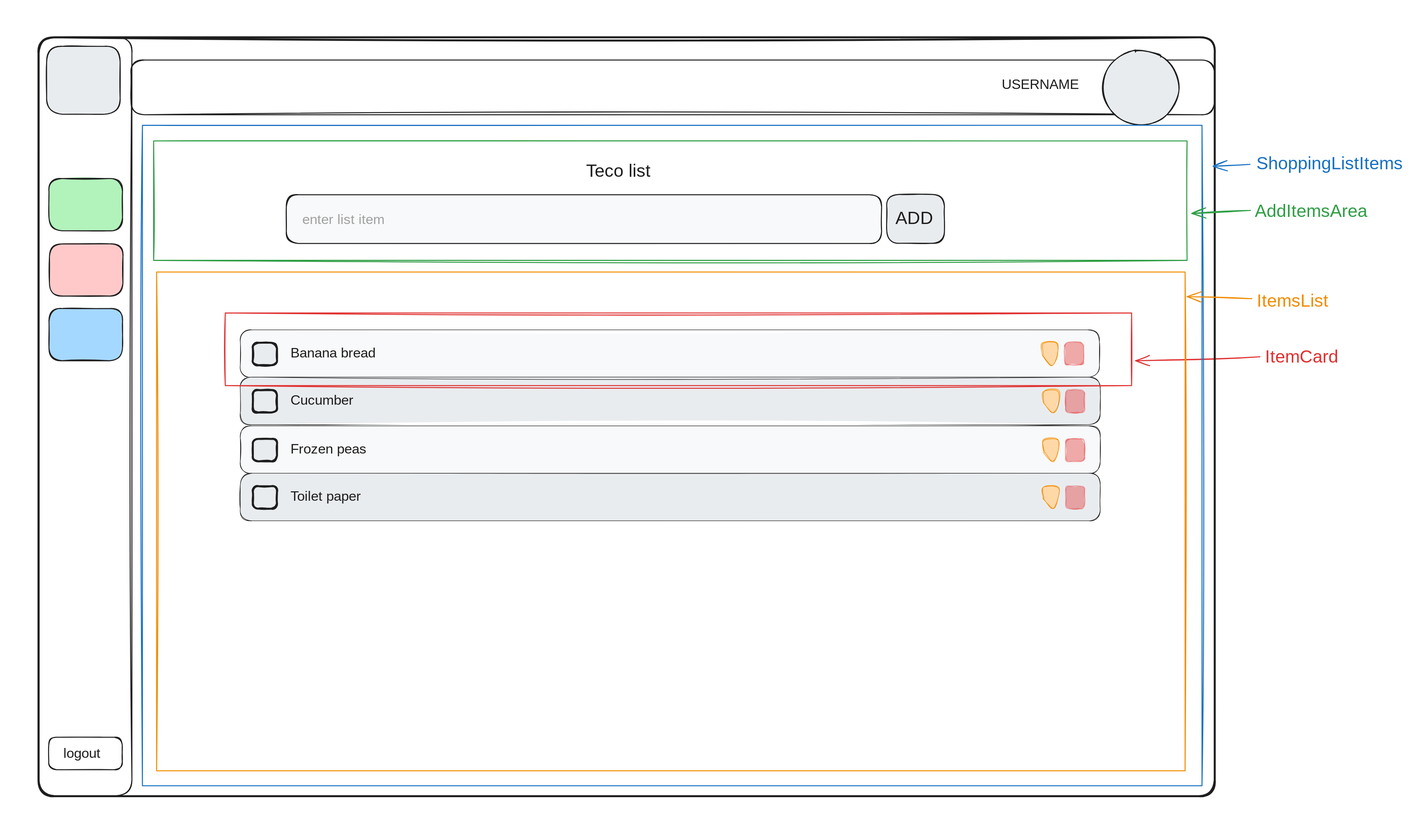
Before: docs/wireframes/shopping_list/shopping_list_items-components.excalidraw.svg, a diagram exported from Excalidraw (AliMcG/our-house-app). Source tidied: one line per element, renumbered; positions are measured from the earlier drawing's top-left corner, leaving out a move shared by most shapes.
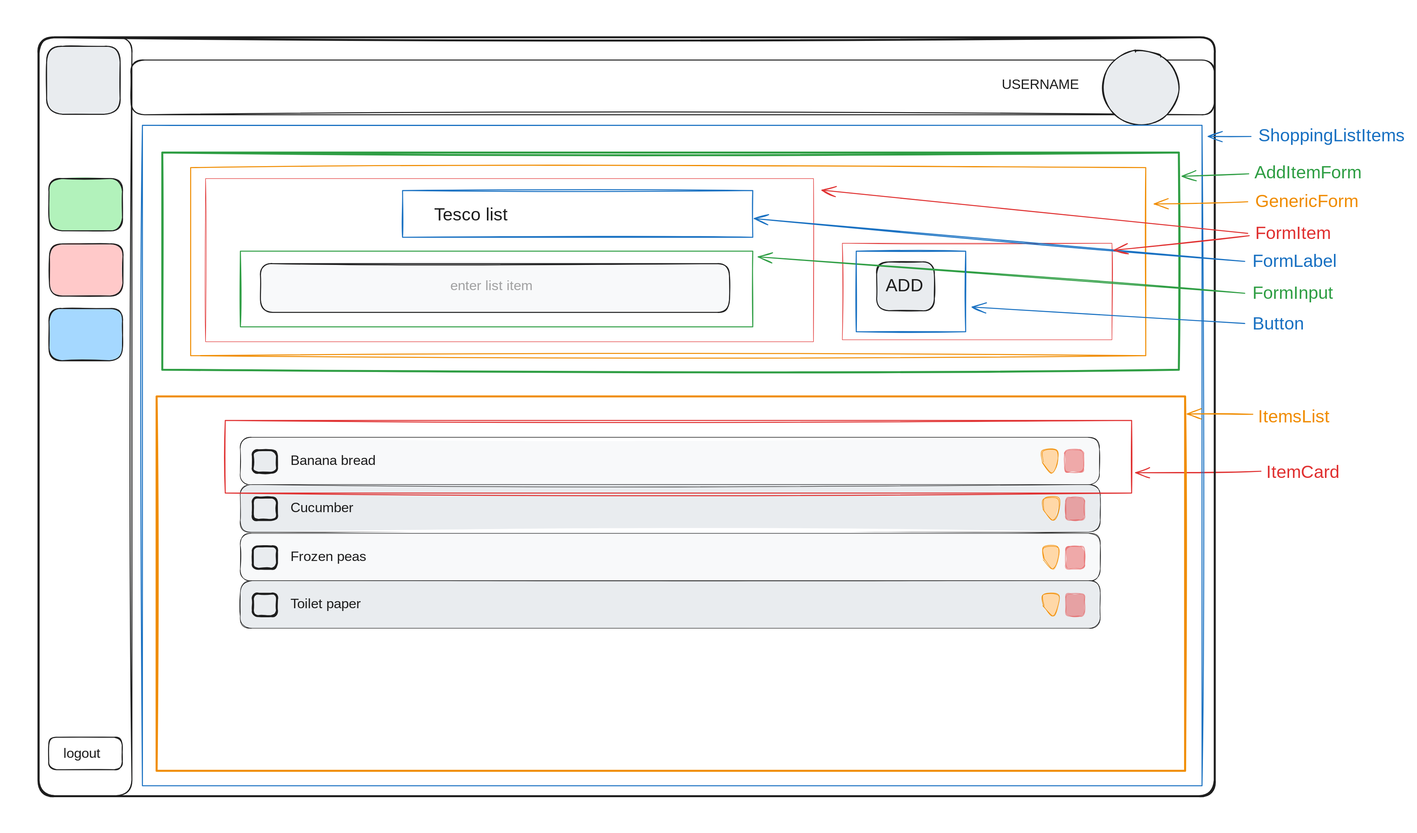
Above is the later version.

Commit message:
docs: update shopping list items components design to with new modular AddItemsForm component

The edit, as a diff of the source:
```diff
@@ -1,9 +1,8 @@
 {"id": 0, "type": "ellipse", "strokeColor": "#1e1e1e", "backgroundColor": "#e9ecef", "fillStyle": "solid", "strokeWidth": 2, "roughness": 1, "opacity": 0, "round": true, "x": 0, "y": 0, "width": 133, "height": 134}
-{"id": 1, "type": "text", "text": "ShoppingListItems", "strokeColor": "#1971c2", "strokeWidth": 2, "roughness": 1, "fontSize": 36, "fontFamily": 1, "x": 2515, "y": 298, "width": 309, "height": 45}
+{"id": 1, "type": "text", "text": "ShoppingListItems", "strokeColor": "#1971c2", "strokeWidth": 2, "roughness": 1, "fontSize": 36, "fontFamily": 1, "x": 2519, "y": 242, "width": 309, "height": 45}
-{"id": 2, "type": "text", "text": "AddItemsArea", "strokeColor": "#2f9e44", "strokeWidth": 2, "roughness": 1, "fontSize": 36, "fontFamily": 1, "x": 2512, "y": 394, "width": 249, "height": 45}
-{"id": 3, "type": "text", "text": "ItemsList", "strokeColor": "#f08c00", "strokeWidth": 2, "roughness": 1, "fontSize": 36, "fontFamily": 1, "x": 2517, "y": 574, "width": 171, "height": 45}
+{"id": 3, "type": "text", "text": "ItemsList", "strokeColor": "#f08c00", "strokeWidth": 2, "roughness": 1, "fontSize": 36, "fontFamily": 1, "x": 2519, "y": 806, "width": 171, "height": 45}
-{"id": 4, "type": "text", "text": "ItemCard", "strokeColor": "#e03131", "strokeWidth": 2, "roughness": 1, "fontSize": 36, "fontFamily": 1, "x": 2533, "y": 686, "width": 166, "height": 45}
+{"id": 4, "type": "text", "text": "ItemCard", "strokeColor": "#e03131", "strokeWidth": 2, "roughness": 1, "fontSize": 36, "fontFamily": 1, "x": 2535, "y": 918, "width": 166, "height": 45}
-{"id": 5, "type": "arrow", "strokeColor": "#e03131", "strokeWidth": 2, "roughness": 1, "endArrowhead": "arrow", "from": 4, "to": 49, "x": 2523, "y": 707, "width": 250, "height": 8, "points": [[0, 0], [-250, 8]]}
+{"id": 5, "type": "arrow", "strokeColor": "#e03131", "strokeWidth": 2, "roughness": 1, "endArrowhead": "arrow", "from": 4, "to": 49, "x": 2525, "y": 937, "width": 252, "height": 3, "points": [[0, 0], [-252, 3]]}
 {"id": 6, "type": "ellipse", "strokeColor": "#1e1e1e", "backgroundColor": "#e9ecef", "fillStyle": "solid", "strokeWidth": 2, "roughness": 1, "opacity": 0, "round": true, "x": 81, "y": 1521, "width": 133, "height": 134}
 {"id": 7, "type": "rectangle", "strokeColor": "#1e1e1e", "backgroundColor": "#ffffff", "fillStyle": "solid", "strokeWidth": 2, "roughness": 1, "round": true, "x": 68, "y": 65, "width": 187, "height": 1524}
 {"id": 8, "type": "rectangle", "strokeColor": "#1e1e1e", "backgroundColor": "#ffc9c9", "fillStyle": "solid", "strokeWidth": 2, "roughness": 1, "round": true, "x": 89, "y": 480, "width": 148, "height": 105}
@@ -16,35 +15,53 @@
 {"id": 15, "type": "text", "text": "USERNAME", "strokeColor": "#1e1e1e", "strokeWidth": 2, "roughness": 1, "fontSize": 28, "fontFamily": 1, "x": 2004, "y": 144, "width": 152, "height": 35}
 {"id": 16, "type": "ellipse", "strokeColor": "#1e1e1e", "backgroundColor": "#e9ecef", "fillStyle": "solid", "strokeWidth": 2, "roughness": 1, "round": true, "x": 2207, "y": 91, "width": 153, "height": 150}
 {"id": 17, "type": "text", "text": "logout", "strokeColor": "#1e1e1e", "strokeWidth": 2, "roughness": 1, "fontSize": 28, "fontFamily": 1, "x": 118, "y": 1488, "width": 84, "height": 35}
-{"id": 18, "type": "rectangle", "strokeColor": "#1e1e1e", "backgroundColor": "#e9ecef", "fillStyle": "solid", "strokeWidth": 2, "roughness": 1, "round": true, "x": 1773, "y": 381, "width": 116, "height": 98}
-{"id": 19, "type": "text", "text": "ADD", "strokeColor": "#1e1e1e", "strokeWidth": 2, "roughness": 1, "fontSize": 36, "fontFamily": 1, "x": 1790, "y": 408, "width": 80, "height": 45}
-{"id": 20, "type": "text", "text": "Teco list", "strokeColor": "#1e1e1e", "strokeWidth": 2, "roughness": 1, "fontSize": 36, "fontFamily": 1, "x": 1168, "y": 313, "width": 162, "height": 45}
-{"id": 21, "type": "rectangle", "strokeColor": "#1e1e1e", "backgroundColor": "#f8f9fa", "fillStyle": "solid", "strokeWidth": 1, "roughness": 1, "round": true, "x": 473, "y": 653, "width": 1727, "height": 96}
+{"id": 21, "type": "rectangle", "strokeColor": "#1e1e1e", "backgroundColor": "#f8f9fa", "fillStyle": "solid", "strokeWidth": 1, "roughness": 1, "round": true, "x": 473, "y": 869, "width": 1727, "height": 96}
-{"id": 22, "type": "text", "text": "Banana bread", "strokeColor": "#1e1e1e", "strokeWidth": 2, "roughness": 1, "fontSize": 28, "fontFamily": 1, "x": 574, "y": 683, "width": 193, "height": 35}
+{"id": 22, "type": "text", "text": "Banana bread", "strokeColor": "#1e1e1e", "strokeWidth": 2, "roughness": 1, "fontSize": 28, "fontFamily": 1, "x": 574, "y": 899, "width": 193, "height": 35}
-{"id": 23, "type": "rectangle", "strokeColor": "#1e1e1e", "backgroundColor": "#e9ecef", "fillStyle": "solid", "strokeWidth": 4, "roughness": 1, "round": true, "x": 498, "y": 679, "width": 49, "height": 45}
+{"id": 23, "type": "rectangle", "strokeColor": "#1e1e1e", "backgroundColor": "#e9ecef", "fillStyle": "solid", "strokeWidth": 4, "roughness": 1, "round": true, "x": 498, "y": 895, "width": 49, "height": 45}
-{"id": 24, "type": "rectangle", "strokeColor": "#e03131", "backgroundColor": "#e03131", "fillStyle": "solid", "strokeWidth": 2, "roughness": 1, "opacity": 40, "round": true, "x": 2130, "y": 678, "width": 38, "height": 46}
+{"id": 24, "type": "rectangle", "strokeColor": "#e03131", "backgroundColor": "#e03131", "fillStyle": "solid", "strokeWidth": 2, "roughness": 1, "opacity": 40, "round": true, "x": 2130, "y": 894, "width": 38, "height": 46}
-{"id": 25, "type": "line", "strokeColor": "#f08c00", "backgroundColor": "#ffd8a8", "fillStyle": "solid", "strokeWidth": 1, "roughness": 1, "round": true, "x": 2086, "y": 703, "width": 29, "height": 44, "points": [[0, 0], [0, -23], [29, -24], [28, 4], [17, 20], [0, 0]]}
+{"id": 25, "type": "line", "strokeColor": "#f08c00", "backgroundColor": "#ffd8a8", "fillStyle": "solid", "strokeWidth": 1, "roughness": 1, "round": true, "x": 2086, "y": 919, "width": 29, "height": 44, "points": [[0, 0], [0, -23], [29, -24], [28, 4], [17, 20], [0, 0]]}
-{"id": 26, "type": "rectangle", "strokeColor": "#1e1e1e", "backgroundColor": "#e9ecef", "fillStyle": "solid", "strokeWidth": 1, "roughness": 1, "round": true, "x": 473, "y": 748, "width": 1729, "height": 96}
+{"id": 26, "type": "rectangle", "strokeColor": "#1e1e1e", "backgroundColor": "#e9ecef", "fillStyle": "solid", "strokeWidth": 1, "roughness": 1, "round": true, "x": 473, "y": 964, "width": 1729, "height": 96}
-{"id": 27, "type": "text", "text": "Cucumber", "strokeColor": "#1e1e1e", "strokeWidth": 2, "roughness": 1, "fontSize": 28, "fontFamily": 1, "x": 574, "y": 778, "width": 123, "height": 35}
+{"id": 27, "type": "text", "text": "Cucumber", "strokeColor": "#1e1e1e", "strokeWidth": 2, "roughness": 1, "fontSize": 28, "fontFamily": 1, "x": 574, "y": 994, "width": 123, "height": 35}
-{"id": 28, "type": "rectangle", "strokeColor": "#1e1e1e", "backgroundColor": "#e9ecef", "fillStyle": "solid", "strokeWidth": 4, "roughness": 1, "round": true, "x": 498, "y": 774, "width": 49, "height": 45}
+{"id": 28, "type": "rectangle", "strokeColor": "#1e1e1e", "backgroundColor": "#e9ecef", "fillStyle": "solid", "strokeWidth": 4, "roughness": 1, "round": true, "x": 498, "y": 990, "width": 49, "height": 45}
-{"id": 29, "type": "rectangle", "strokeColor": "#e03131", "backgroundColor": "#e03131", "fillStyle": "solid", "strokeWidth": 2, "roughness": 1, "opacity": 40, "round": true, "x": 2132, "y": 774, "width": 38, "height": 46}
+{"id": 29, "type": "rectangle", "strokeColor": "#e03131", "backgroundColor": "#e03131", "fillStyle": "solid", "strokeWidth": 2, "roughness": 1, "opacity": 40, "round": true, "x": 2132, "y": 990, "width": 38, "height": 46}
-{"id": 30, "type": "line", "strokeColor": "#f08c00", "backgroundColor": "#ffd8a8", "fillStyle": "solid", "strokeWidth": 1, "roughness": 1, "round": true, "x": 2088, "y": 800, "width": 29, "height": 44, "points": [[0, 0], [0, -23], [29, -24], [28, 4], [17, 20], [0, 0]]}
+{"id": 30, "type": "line", "strokeColor": "#f08c00", "backgroundColor": "#ffd8a8", "fillStyle": "solid", "strokeWidth": 1, "roughness": 1, "round": true, "x": 2088, "y": 1016, "width": 29, "height": 44, "points": [[0, 0], [0, -23], [29, -24], [28, 4], [17, 20], [0, 0]]}
-{"id": 31, "type": "rectangle", "strokeColor": "#1e1e1e", "backgroundColor": "#f8f9fa", "fillStyle": "solid", "strokeWidth": 1, "roughness": 1, "round": true, "x": 473, "y": 846, "width": 1729, "height": 96}
+{"id": 31, "type": "rectangle", "strokeColor": "#1e1e1e", "backgroundColor": "#f8f9fa", "fillStyle": "solid", "strokeWidth": 1, "roughness": 1, "round": true, "x": 473, "y": 1062, "width": 1729, "height": 96}
-{"id": 32, "type": "text", "text": "Frozen peas", "strokeColor": "#1e1e1e", "strokeWidth": 2, "roughness": 1, "fontSize": 28, "fontFamily": 1, "x": 574, "y": 877, "width": 165, "height": 35}
+{"id": 32, "type": "text", "text": "Frozen peas", "strokeColor": "#1e1e1e", "strokeWidth": 2, "roughness": 1, "fontSize": 28, "fontFamily": 1, "x": 574, "y": 1093, "width": 165, "height": 35}
-{"id": 33, "type": "rectangle", "strokeColor": "#1e1e1e", "backgroundColor": "#e9ecef", "fillStyle": "solid", "strokeWidth": 4, "roughness": 1, "round": true, "x": 498, "y": 872, "width": 49, "height": 45}
+{"id": 33, "type": "rectangle", "strokeColor": "#1e1e1e", "backgroundColor": "#e9ecef", "fillStyle": "solid", "strokeWidth": 4, "roughness": 1, "round": true, "x": 498, "y": 1088, "width": 49, "height": 45}
-{"id": 34, "type": "rectangle", "strokeColor": "#e03131", "backgroundColor": "#e03131", "fillStyle": "solid", "strokeWidth": 2, "roughness": 1, "opacity": 40, "round": true, "x": 2132, "y": 872, "width": 38, "height": 46}
+{"id": 34, "type": "rectangle", "strokeColor": "#e03131", "backgroundColor": "#e03131", "fillStyle": "solid", "strokeWidth": 2, "roughness": 1, "opacity": 40, "round": true, "x": 2132, "y": 1088, "width": 38, "height": 46}
-{"id": 35, "type": "line", "strokeColor": "#f08c00", "backgroundColor": "#ffd8a8", "fillStyle": "solid", "strokeWidth": 1, "roughness": 1, "round": true, "x": 2088, "y": 898, "width": 29, "height": 44, "points": [[0, 0], [0, -23], [29, -24], [28, 4], [17, 20], [0, 0]]}
+{"id": 35, "type": "line", "strokeColor": "#f08c00", "backgroundColor": "#ffd8a8", "fillStyle": "solid", "strokeWidth": 1, "roughness": 1, "round": true, "x": 2088, "y": 1114, "width": 29, "height": 44, "points": [[0, 0], [0, -23], [29, -24], [28, 4], [17, 20], [0, 0]]}
-{"id": 36, "type": "rectangle", "strokeColor": "#1e1e1e", "backgroundColor": "#e9ecef", "fillStyle": "solid", "strokeWidth": 1, "roughness": 1, "round": true, "x": 473, "y": 941, "width": 1729, "height": 96}
+{"id": 36, "type": "rectangle", "strokeColor": "#1e1e1e", "backgroundColor": "#e9ecef", "fillStyle": "solid", "strokeWidth": 1, "roughness": 1, "round": true, "x": 473, "y": 1157, "width": 1729, "height": 96}
-{"id": 37, "type": "text", "text": "Toilet paper", "strokeColor": "#1e1e1e", "strokeWidth": 2, "roughness": 1, "fontSize": 28, "fontFamily": 1, "x": 574, "y": 972, "width": 170, "height": 35}
+{"id": 37, "type": "text", "text": "Toilet paper", "strokeColor": "#1e1e1e", "strokeWidth": 2, "roughness": 1, "fontSize": 28, "fontFamily": 1, "x": 574, "y": 1188, "width": 170, "height": 35}
-{"id": 38, "type": "rectangle", "strokeColor": "#1e1e1e", "backgroundColor": "#e9ecef", "fillStyle": "solid", "strokeWidth": 4, "roughness": 1, "round": true, "x": 498, "y": 967, "width": 49, "height": 45}
+{"id": 38, "type": "rectangle", "strokeColor": "#1e1e1e", "backgroundColor": "#e9ecef", "fillStyle": "solid", "strokeWidth": 4, "roughness": 1, "round": true, "x": 498, "y": 1183, "width": 49, "height": 45}
-{"id": 39, "type": "rectangle", "strokeColor": "#e03131", "backgroundColor": "#e03131", "fillStyle": "solid", "strokeWidth": 2, "roughness": 1, "opacity": 40, "round": true, "x": 2132, "y": 967, "width": 38, "height": 46}
+{"id": 39, "type": "rectangle", "strokeColor": "#e03131", "backgroundColor": "#e03131", "fillStyle": "solid", "strokeWidth": 2, "roughness": 1, "opacity": 40, "round": true, "x": 2132, "y": 1183, "width": 38, "height": 46}
-{"id": 40, "type": "line", "strokeColor": "#f08c00", "backgroundColor": "#ffd8a8", "fillStyle": "solid", "strokeWidth": 1, "roughness": 1, "round": true, "x": 2088, "y": 993, "width": 29, "height": 44, "points": [[0, 0], [0, -23], [29, -24], [28, 4], [17, 20], [0, 0]]}
+{"id": 40, "type": "line", "strokeColor": "#f08c00", "backgroundColor": "#ffd8a8", "fillStyle": "solid", "strokeWidth": 1, "roughness": 1, "round": true, "x": 2088, "y": 1209, "width": 29, "height": 44, "points": [[0, 0], [0, -23], [29, -24], [28, 4], [17, 20], [0, 0]]}
-{"id": 41, "type": "rectangle", "strokeColor": "#1e1e1e", "backgroundColor": "#f8f9fa", "fillStyle": "solid", "strokeWidth": 2, "roughness": 1, "round": true, "x": 566, "y": 381, "width": 1197, "height": 98}
-{"id": 42, "type": "text", "text": "enter list item", "strokeColor": "#1e1e1e", "strokeWidth": 2, "roughness": 1, "opacity": 40, "fontSize": 28, "fontFamily": 1, "x": 597, "y": 415, "width": 199, "height": 35}
 {"id": 43, "type": "rectangle", "strokeColor": "#1971c2", "strokeWidth": 2, "roughness": 1, "x": 276, "y": 242, "width": 2130, "height": 1328}
-{"id": 44, "type": "arrow", "strokeColor": "#1971c2", "strokeWidth": 2, "roughness": 1, "endArrowhead": "arrow", "from": 1, "to": 43, "x": 2503, "y": 320, "width": 74, "height": 4, "points": [[0, 0], [-74, 4]]}
+{"id": 44, "type": "arrow", "strokeColor": "#1971c2", "strokeWidth": 2, "roughness": 1, "endArrowhead": "arrow", "from": 1, "to": 43, "x": 2505, "y": 264, "width": 86, "height": 0, "points": [[0, 0], [-86, 0]]}
-{"id": 45, "type": "rectangle", "strokeColor": "#2f9e44", "strokeWidth": 2, "roughness": 1, "x": 299, "y": 273, "width": 2078, "height": 240}
-{"id": 46, "type": "arrow", "strokeColor": "#2f9e44", "strokeWidth": 2, "roughness": 1, "endArrowhead": "arrow", "from": 2, "to": 45, "x": 2504, "y": 413, "width": 118, "height": 6, "points": [[0, 0], [-118, 6]]}
-{"id": 47, "type": "rectangle", "strokeColor": "#f08c00", "strokeWidth": 2, "roughness": 1, "x": 305, "y": 537, "width": 2068, "height": 1002}
+{"id": 47, "type": "rectangle", "strokeColor": "#f08c00", "strokeWidth": 4, "roughness": 1, "x": 305, "y": 787, "width": 2068, "height": 752}
-{"id": 48, "type": "arrow", "strokeColor": "#f08c00", "strokeWidth": 2, "roughness": 1, "endArrowhead": "arrow", "from": 3, "to": 47, "x": 2506, "y": 590, "width": 130, "height": 4, "points": [[0, 0], [-130, -4]]}
+{"id": 48, "type": "arrow", "strokeColor": "#f08c00", "strokeWidth": 2, "roughness": 1, "endArrowhead": "arrow", "from": 3, "to": 47, "x": 2508, "y": 823, "width": 132, "height": 0, "points": [[0, 0], [-132, 0]]}
-{"id": 49, "type": "rectangle", "strokeColor": "#e03131", "strokeWidth": 2, "roughness": 1, "x": 443, "y": 619, "width": 1822, "height": 146}
+{"id": 49, "type": "rectangle", "strokeColor": "#e03131", "strokeWidth": 2, "roughness": 1, "x": 443, "y": 835, "width": 1822, "height": 146}
+{"id": 50, "type": "rectangle", "strokeColor": "#1e1e1e", "backgroundColor": "#f8f9fa", "fillStyle": "solid", "strokeWidth": 2, "roughness": 1, "round": true, "x": 514, "y": 520, "width": 943, "height": 98}
+{"id": 51, "type": "rectangle", "strokeColor": "#1e1e1e", "backgroundColor": "#e9ecef", "fillStyle": "solid", "strokeWidth": 2, "roughness": 1, "round": true, "x": 1752, "y": 516, "width": 116, "height": 98}
+{"id": 19, "type": "text", "text": "ADD", "strokeColor": "#1e1e1e", "strokeWidth": 2, "roughness": 1, "fontSize": 36, "fontFamily": 1, "x": 1770, "y": 543, "width": 80, "height": 45}
+{"id": 52, "type": "text", "text": "Tesco list", "strokeColor": "#1e1e1e", "strokeWidth": 2, "roughness": 1, "fontSize": 36, "fontFamily": 1, "x": 862, "y": 401, "width": 181, "height": 45}
+{"id": 42, "type": "text", "text": "enter list item", "strokeColor": "#1e1e1e", "strokeWidth": 2, "roughness": 1, "opacity": 40, "fontSize": 28, "fontFamily": 1, "x": 895, "y": 548, "width": 199, "height": 35}
+{"id": 53, "type": "rectangle", "strokeColor": "#2f9e44", "strokeWidth": 4, "roughness": 1, "x": 316, "y": 297, "width": 2043, "height": 437}
+{"id": 54, "type": "text", "text": "AddItemForm", "strokeColor": "#2f9e44", "strokeWidth": 2, "roughness": 1, "fontSize": 36, "fontFamily": 1, "x": 2512, "y": 316, "width": 226, "height": 45}
+{"id": 55, "type": "arrow", "strokeColor": "#2f9e44", "strokeWidth": 2, "roughness": 1, "endArrowhead": "arrow", "from": 54, "to": 53, "x": 2500, "y": 339, "width": 134, "height": 5, "points": [[0, 0], [-134, 5]]}
+{"id": 56, "type": "rectangle", "strokeColor": "#f08c00", "strokeWidth": 2, "roughness": 1, "x": 373, "y": 327, "width": 1920, "height": 378}
+{"id": 57, "type": "text", "text": "GenericForm", "strokeColor": "#f08c00", "strokeWidth": 2, "roughness": 1, "fontSize": 36, "fontFamily": 1, "x": 2514, "y": 374, "width": 205, "height": 45}
+{"id": 58, "type": "arrow", "strokeColor": "#f08c00", "strokeWidth": 2, "roughness": 1, "endArrowhead": "arrow", "from": 57, "to": 56, "x": 2498, "y": 396, "width": 188, "height": 4, "points": [[0, 0], [-188, 4]]}
+{"id": 59, "type": "rectangle", "strokeColor": "#e03131", "strokeWidth": 1, "roughness": 1, "x": 403, "y": 349, "width": 1222, "height": 328}
+{"id": 60, "type": "rectangle", "strokeColor": "#e03131", "strokeWidth": 1, "roughness": 1, "x": 1683, "y": 479, "width": 542, "height": 194}
+{"id": 61, "type": "text", "text": "FormItem", "strokeColor": "#e03131", "strokeWidth": 2, "roughness": 1, "fontSize": 36, "fontFamily": 1, "x": 2514, "y": 438, "width": 161, "height": 45}
+{"id": 62, "type": "arrow", "strokeColor": "#e03131", "strokeWidth": 2, "roughness": 1, "endArrowhead": "arrow", "from": 61, "to": 59, "x": 2498, "y": 459, "width": 856, "height": 87, "points": [[0, 0], [-856, -87]]}
+{"id": 63, "type": "text", "text": "FormLabel", "strokeColor": "#1971c2", "strokeWidth": 2, "roughness": 1, "fontSize": 36, "fontFamily": 1, "x": 2508, "y": 494, "width": 172, "height": 45}
+{"id": 64, "type": "arrow", "strokeColor": "#1971c2", "strokeWidth": 2, "roughness": 1, "endArrowhead": "arrow", "from": 63, "to": 70, "x": 2492, "y": 515, "width": 986, "height": 86, "points": [[0, 0], [-986, -86]]}
+{"id": 65, "type": "text", "text": "FormInput", "strokeColor": "#2f9e44", "strokeWidth": 2, "roughness": 1, "fontSize": 36, "fontFamily": 1, "x": 2508, "y": 558, "width": 174, "height": 45}
+{"id": 66, "type": "arrow", "strokeColor": "#2f9e44", "strokeWidth": 2, "roughness": 1, "endArrowhead": "arrow", "from": 65, "to": 71, "x": 2492, "y": 579, "width": 978, "height": 73, "points": [[0, 0], [-978, -73]]}
+{"id": 67, "type": "text", "text": "Button", "strokeColor": "#1971c2", "strokeWidth": 2, "roughness": 1, "fontSize": 36, "fontFamily": 1, "x": 2508, "y": 620, "width": 124, "height": 45}
+{"id": 68, "type": "arrow", "strokeColor": "#1971c2", "strokeWidth": 2, "roughness": 1, "endArrowhead": "arrow", "from": 67, "to": 72, "x": 2492, "y": 640, "width": 548, "height": 33, "points": [[0, 0], [-548, -33]]}
+{"id": 69, "type": "arrow", "strokeColor": "#e03131", "strokeWidth": 2, "roughness": 1, "endArrowhead": "arrow", "from": 61, "to": 60, "x": 2501, "y": 464, "width": 272, "height": 29, "points": [[0, 0], [-272, 29]]}
+{"id": 70, "type": "rectangle", "strokeColor": "#1971c2", "strokeWidth": 2, "roughness": 1, "x": 799, "y": 373, "width": 704, "height": 94}
+{"id": 71, "type": "rectangle", "strokeColor": "#2f9e44", "strokeWidth": 2, "roughness": 1, "x": 473, "y": 495, "width": 1030, "height": 152}
+{"id": 72, "type": "rectangle", "strokeColor": "#1971c2", "strokeWidth": 2, "roughness": 1, "x": 1711, "y": 495, "width": 220, "height": 162}
```
